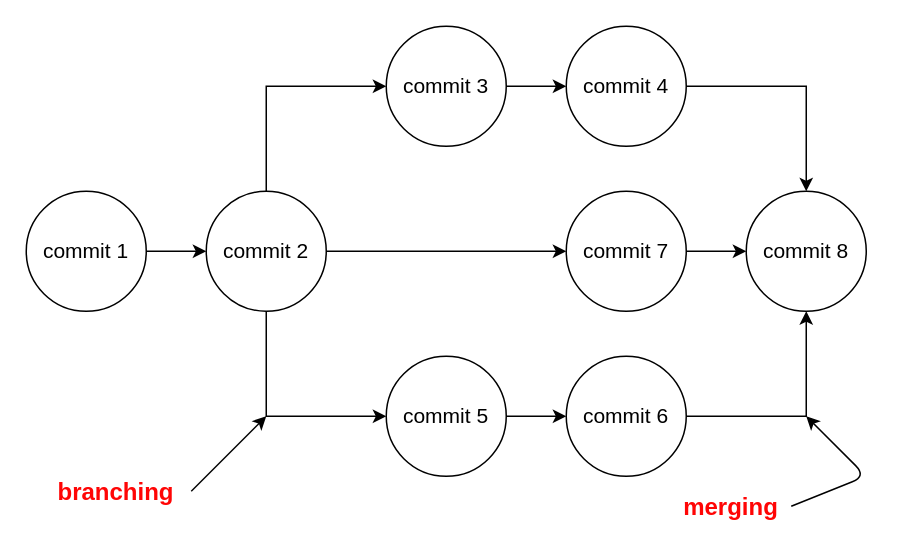
This is page "branching" (2 of 3) of images/operations.drawio from mrbooOoo/git-book, a draw.io file, before an edit. Source tidied: cells renumbered, new cells numbered last; positions are measured from the earlier drawing's top-left corner, leaving out a move shared by most shapes. Both pictures are drawn from the tidied source at 150%, with x=0, y=0 at pixel (26, 26).
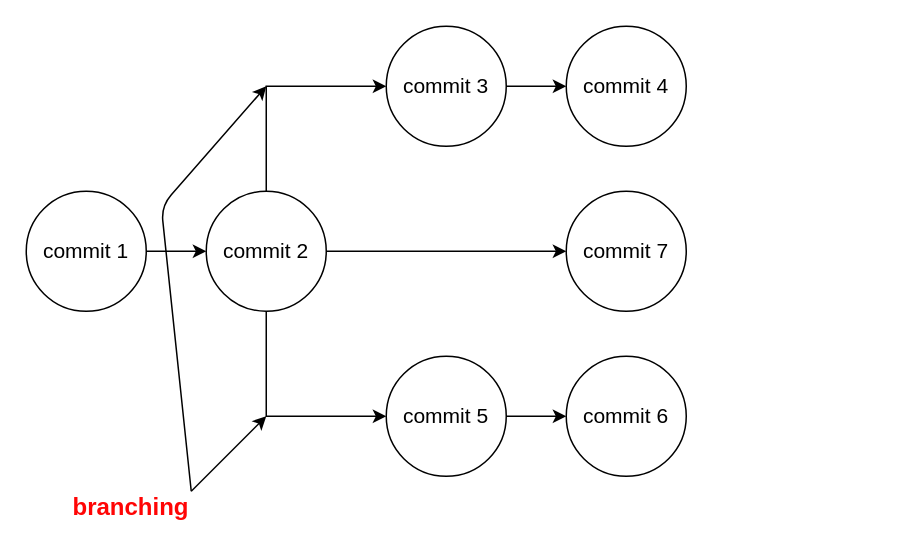
After the change.

Commit message:
rectify branching operations and add branching-merging operations

The change refers to these unchanged cells:
```xml
<mxCell id="7" value="commit 4" style="ellipse;whiteSpace=wrap;html=1;fontSize=14;" parent="1" vertex="1">
  <mxGeometry x="360" width="80" height="80" as="geometry" />
</mxCell>
<mxCell id="11" value="commit 6" style="ellipse;whiteSpace=wrap;html=1;fontSize=14;" parent="1" vertex="1">
  <mxGeometry x="360" y="220" width="80" height="80" as="geometry" />
</mxCell>
<mxCell id="17" value="commit 7" style="ellipse;whiteSpace=wrap;html=1;fontSize=14;" parent="1" vertex="1">
  <mxGeometry x="360" y="110" width="80" height="80" as="geometry" />
</mxCell>
```

What changed in the source:
```diff
@@
-    <mxCell id="6" style="edgeStyle=orthogonalEdgeStyle;rounded=0;jettySize=auto;html=1;entryX=0.5;entryY=0;entryDx=0;entryDy=0;fontSize=14;" parent="1" edge="1" source="7" target="18">
-      <mxGeometry relative="1" as="geometry" />
-    </mxCell>
@@
-    <mxCell id="10" style="edgeStyle=orthogonalEdgeStyle;rounded=0;jettySize=auto;html=1;entryX=0.5;entryY=1;entryDx=0;entryDy=0;fontSize=14;" parent="1" edge="1" source="11" target="18">
-      <mxGeometry relative="1" as="geometry" />
-    </mxCell>
@@
-    <mxCell id="16" style="edgeStyle=orthogonalEdgeStyle;rounded=0;jettySize=auto;html=1;fontSize=14;" parent="1" edge="1" source="17" target="18">
-      <mxGeometry relative="1" as="geometry" />
-    </mxCell>
@@
-    <mxCell id="18" value="commit 8" style="ellipse;whiteSpace=wrap;html=1;fontSize=14;" parent="1" vertex="1">
-      <mxGeometry x="480" y="110" width="80" height="80" as="geometry" />
-    </mxCell>
@@
     <mxCell id="20" value="&lt;b style=&quot;font-size: 16px&quot;&gt;branching&lt;/b&gt;" style="text;html=1;strokeColor=none;fillColor=none;align=center;verticalAlign=middle;whiteSpace=wrap;rounded=0;fontSize=16;fontColor=#FF0505;" parent="1" vertex="1">
-      <mxGeometry x="40" y="300" width="40" height="20" as="geometry" />
+      <mxGeometry x="50" y="310" width="40" height="20" as="geometry" />
     </mxCell>
-    <mxCell id="21" value="&lt;b style=&quot;font-size: 16px;&quot;&gt;merging&lt;br style=&quot;font-size: 16px;&quot;&gt;&lt;/b&gt;" style="text;html=1;strokeColor=none;fillColor=none;align=center;verticalAlign=middle;whiteSpace=wrap;rounded=0;fontSize=16;fontColor=#FF0505;" parent="1" vertex="1">
-      <mxGeometry x="450" y="310" width="40" height="20" as="geometry" />
-    </mxCell>
-    <mxCell id="22" style="endArrow=classic;html=1;fontSize=14;" parent="1" edge="1">
-      <mxGeometry relative="1" as="geometry">
-        <mxPoint x="510" y="320" as="sourcePoint" />
-        <mxPoint x="520" y="260" as="targetPoint" />
-        <Array as="points">
-          <mxPoint x="560" y="300" />
-        </Array>
-      </mxGeometry>
-    </mxCell>
+    <mxCell id="23" style="endArrow=classic;html=1;" parent="1" edge="1">
+      <mxGeometry relative="1" as="geometry">
+        <mxPoint x="110" y="310" as="sourcePoint" />
+        <mxPoint x="160" y="40" as="targetPoint" />
+        <Array as="points">
+          <mxPoint x="90" y="120" />
+        </Array>
+      </mxGeometry>
+    </mxCell>
```
